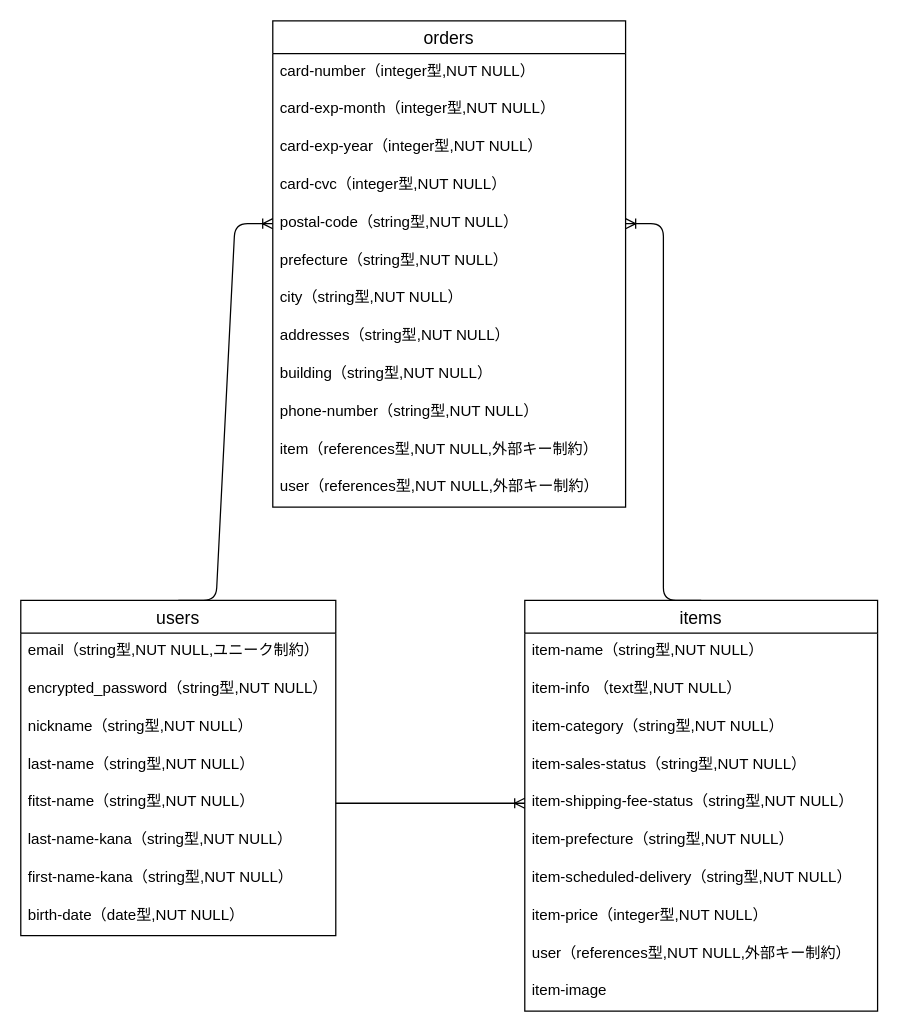
Before: Draw.dio in sakana117/furima-37643, a draw.io diagram. Source tidied: cells renumbered, new cells numbered last; positions are measured from the earlier drawing's top-left corner, leaving out a move shared by most shapes. Both pictures are drawn from the tidied source at 126%, with x=0, y=0 at pixel (20, 20).
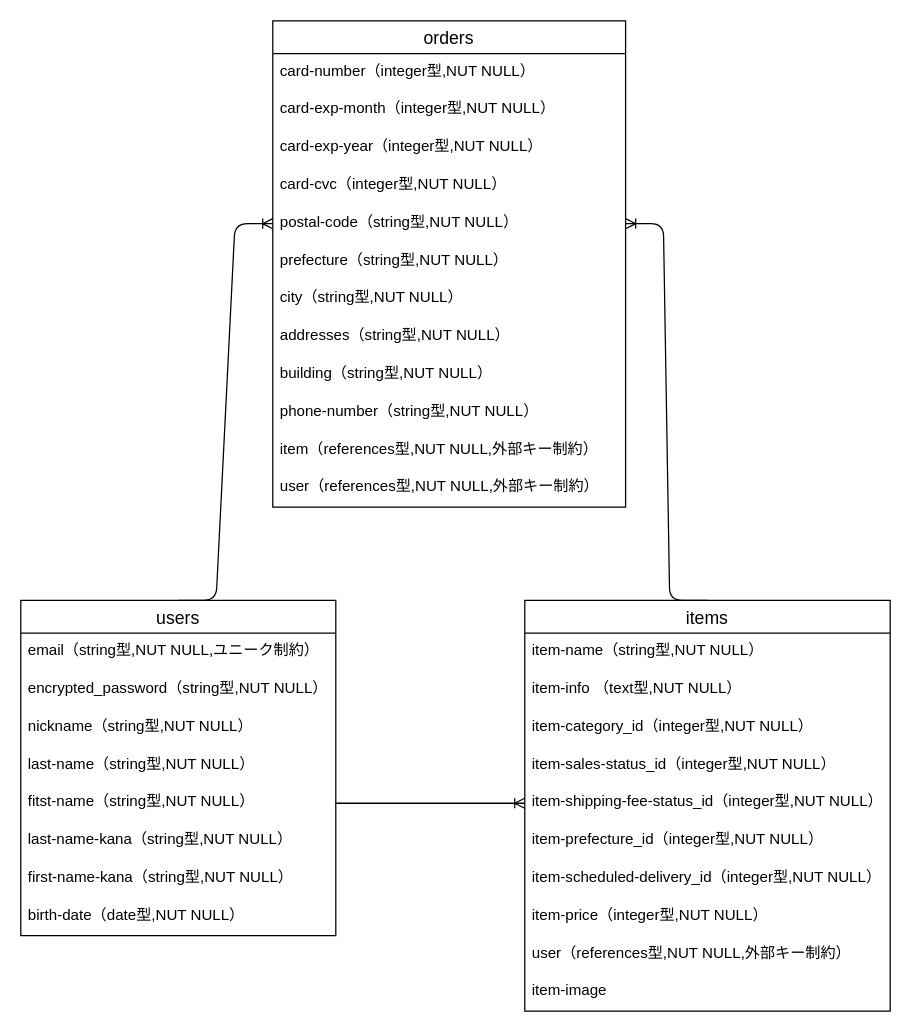
The same page after the edit.

Commit message (it also covers changes not shown here):
データベース設計　修正

The edit, as a diff of the source:
```diff
@@
     <mxCell id="11" value="items" style="swimlane;fontStyle=0;horizontal=1;startSize=26;align=center;fontSize=14;" parent="1" vertex="1">
-      <mxGeometry x="400" y="460" width="280" height="326" as="geometry" />
+      <mxGeometry x="400" y="460" width="290" height="326" as="geometry" />
     </mxCell>
     <mxCell id="12" value="item-name（string型,NUT NULL）" style="text;strokeColor=none;fillColor=none;spacingLeft=4;spacingRight=4;overflow=hidden;fontSize=12;" parent="11" vertex="1">
-      <mxGeometry y="26" width="280" height="30" as="geometry" />
+      <mxGeometry y="26" width="290" height="30" as="geometry" />
     </mxCell>
     <mxCell id="13" value="item-info （text型,NUT NULL）" style="text;strokeColor=none;fillColor=none;spacingLeft=4;spacingRight=4;overflow=hidden;fontSize=12;" parent="11" vertex="1">
-      <mxGeometry y="56" width="280" height="30" as="geometry" />
+      <mxGeometry y="56" width="290" height="30" as="geometry" />
     </mxCell>
-    <mxCell id="14" value="item-category（string型,NUT NULL）" style="text;strokeColor=none;fillColor=none;spacingLeft=4;spacingRight=4;overflow=hidden;fontSize=12;" parent="11" vertex="1">
-      <mxGeometry y="86" width="280" height="30" as="geometry" />
+    <mxCell id="14" value="item-category_id（integer型,NUT NULL）" style="text;strokeColor=none;fillColor=none;spacingLeft=4;spacingRight=4;overflow=hidden;fontSize=12;" parent="11" vertex="1">
+      <mxGeometry y="86" width="290" height="30" as="geometry" />
     </mxCell>
-    <mxCell id="15" value="item-sales-status（string型,NUT NULL）" style="text;strokeColor=none;fillColor=none;spacingLeft=4;spacingRight=4;overflow=hidden;fontSize=12;" parent="11" vertex="1">
-      <mxGeometry y="116" width="280" height="30" as="geometry" />
+    <mxCell id="15" value="item-sales-status_id（integer型,NUT NULL）" style="text;strokeColor=none;fillColor=none;spacingLeft=4;spacingRight=4;overflow=hidden;fontSize=12;" parent="11" vertex="1">
+      <mxGeometry y="116" width="290" height="30" as="geometry" />
     </mxCell>
-    <mxCell id="16" value="item-shipping-fee-status（string型,NUT NULL）" style="text;strokeColor=none;fillColor=none;spacingLeft=4;spacingRight=4;overflow=hidden;points=[[0,0.5],[1,0.5]];portConstraint=eastwest;fontSize=12;" parent="11" vertex="1">
-      <mxGeometry y="146" width="280" height="30" as="geometry" />
+    <mxCell id="16" value="item-shipping-fee-status_id（integer型,NUT NULL）" style="text;strokeColor=none;fillColor=none;spacingLeft=4;spacingRight=4;overflow=hidden;points=[[0,0.5],[1,0.5]];portConstraint=eastwest;fontSize=12;" parent="11" vertex="1">
+      <mxGeometry y="146" width="290" height="30" as="geometry" />
     </mxCell>
-    <mxCell id="17" value="item-prefecture（string型,NUT NULL）" style="text;strokeColor=none;fillColor=none;spacingLeft=4;spacingRight=4;overflow=hidden;fontSize=12;" parent="11" vertex="1">
-      <mxGeometry y="176" width="280" height="30" as="geometry" />
+    <mxCell id="17" value="item-prefecture_id（integer型,NUT NULL）" style="text;strokeColor=none;fillColor=none;spacingLeft=4;spacingRight=4;overflow=hidden;fontSize=12;" parent="11" vertex="1">
+      <mxGeometry y="176" width="290" height="30" as="geometry" />
     </mxCell>
-    <mxCell id="18" value="item-scheduled-delivery（string型,NUT NULL）" style="text;strokeColor=none;fillColor=none;spacingLeft=4;spacingRight=4;overflow=hidden;fontSize=12;" parent="11" vertex="1">
-      <mxGeometry y="206" width="280" height="30" as="geometry" />
+    <mxCell id="18" value="item-scheduled-delivery_id（integer型,NUT NULL）" style="text;strokeColor=none;fillColor=none;spacingLeft=4;spacingRight=4;overflow=hidden;fontSize=12;" parent="11" vertex="1">
+      <mxGeometry y="206" width="290" height="30" as="geometry" />
     </mxCell>
     <mxCell id="19" value="item-price（integer型,NUT NULL）" style="text;strokeColor=none;fillColor=none;spacingLeft=4;spacingRight=4;overflow=hidden;fontSize=12;" parent="11" vertex="1">
-      <mxGeometry y="236" width="280" height="30" as="geometry" />
+      <mxGeometry y="236" width="290" height="30" as="geometry" />
     </mxCell>
     <mxCell id="20" value="user（references型,NUT NULL,外部キー制約）" style="text;strokeColor=none;fillColor=none;spacingLeft=4;spacingRight=4;overflow=hidden;fontSize=12;" parent="11" vertex="1">
-      <mxGeometry y="266" width="280" height="30" as="geometry" />
+      <mxGeometry y="266" width="290" height="30" as="geometry" />
     </mxCell>
     <mxCell id="21" value="item-image" style="text;strokeColor=none;fillColor=none;spacingLeft=4;spacingRight=4;overflow=hidden;fontSize=12;" parent="11" vertex="1">
-      <mxGeometry y="296" width="280" height="30" as="geometry" />
+      <mxGeometry y="296" width="290" height="30" as="geometry" />
     </mxCell>
```
